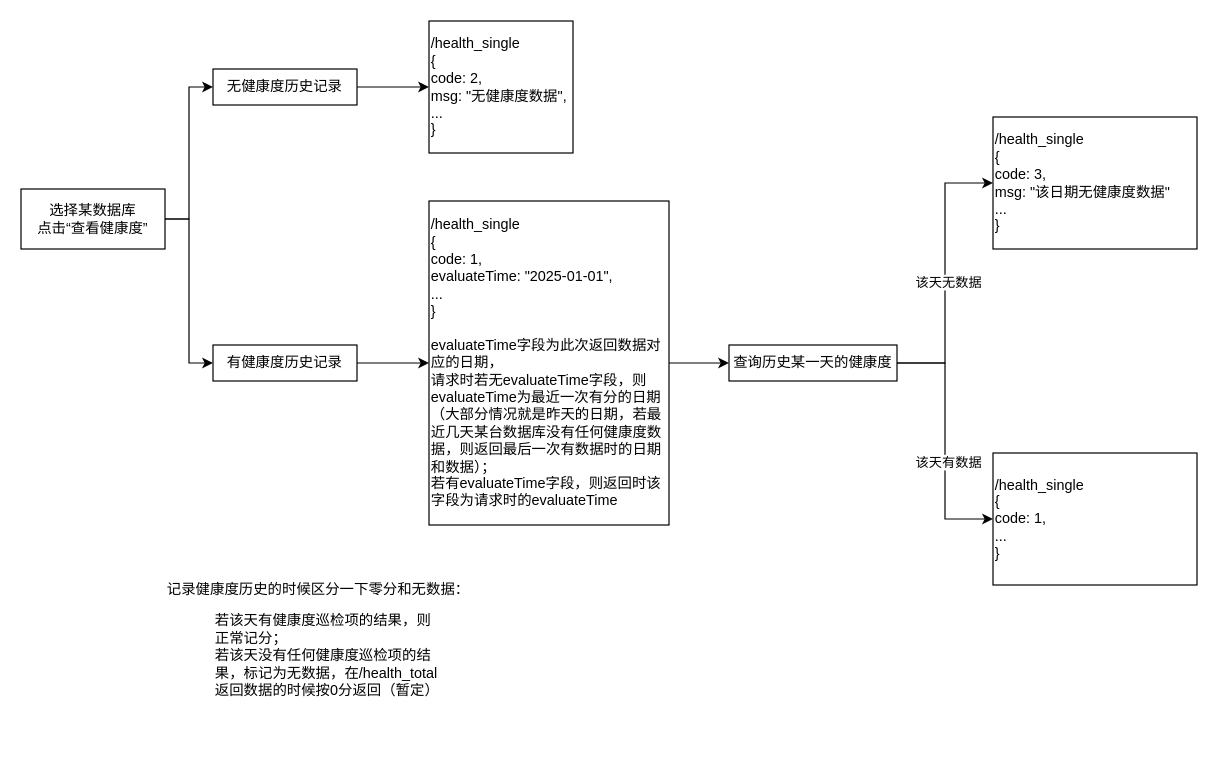
Before: dbi健康度边界情况.drawio in Lee-7723/Git, a draw.io diagram. Source tidied: cells renumbered, new cells numbered last; positions are measured from the earlier drawing's top-left corner, leaving out a move shared by most shapes. Both pictures are drawn from the tidied source at 120%, with x=0, y=0 at pixel (20, 20).
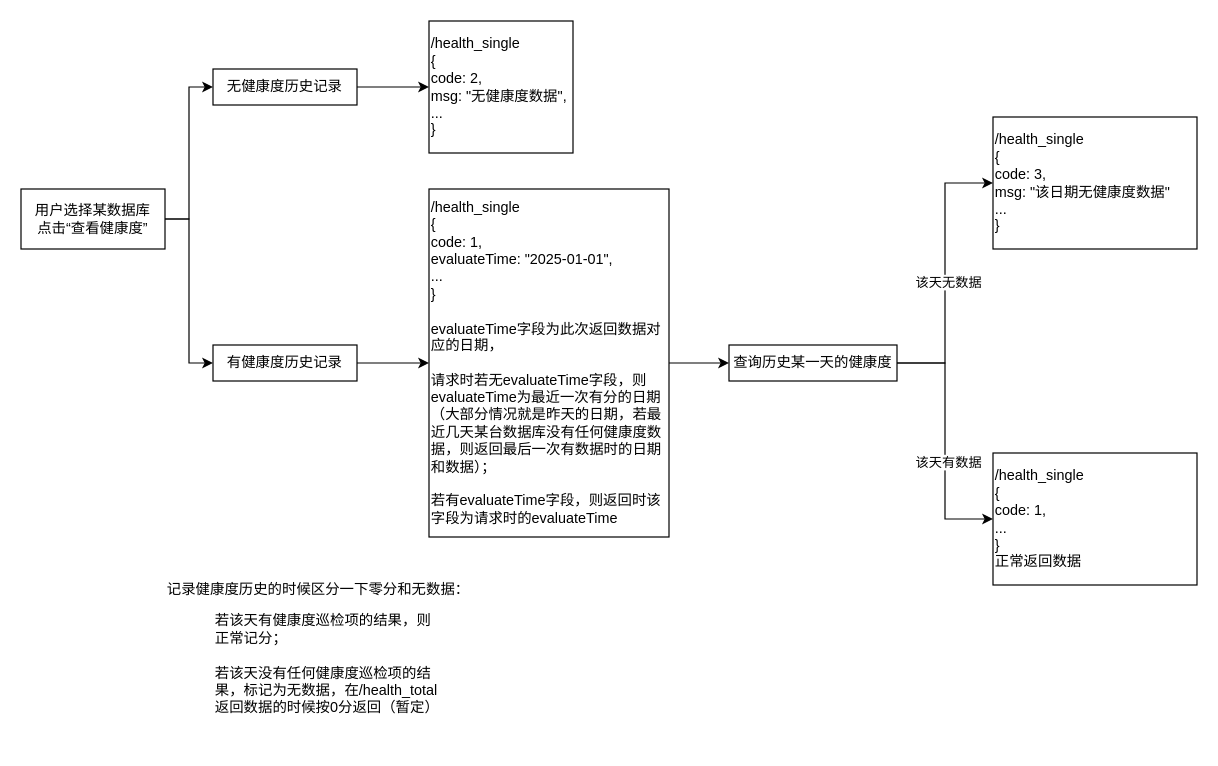
The same diagram, later.

Commit message:
更新dbi健康度边界情况.drawio

Diff of the diagram source:
```diff
@@
 <mxGraphModel>
   <root>
     <mxCell id="0" />
     <mxCell id="1" parent="0" />
     <mxCell id="2" style="edgeStyle=orthogonalEdgeStyle;rounded=0;jettySize=auto;html=1;exitX=1;exitY=0.5;exitDx=0;exitDy=0;entryX=0;entryY=0.5;entryDx=0;entryDy=0;" parent="1" edge="1" source="4" target="6">
       <mxGeometry relative="1" as="geometry" />
     </mxCell>
     <mxCell id="3" style="edgeStyle=orthogonalEdgeStyle;rounded=0;jettySize=auto;html=1;exitX=1;exitY=0.5;exitDx=0;exitDy=0;entryX=0;entryY=0.5;entryDx=0;entryDy=0;" parent="1" edge="1" source="4" target="8">
       <mxGeometry relative="1" as="geometry" />
     </mxCell>
-    <mxCell id="4" value="&lt;div&gt;选择某数据库&lt;/div&gt;&lt;div&gt;点击“查看健康度”&lt;br&gt;&lt;/div&gt;" style="rounded=0;whiteSpace=wrap;html=1;" parent="1" vertex="1">
+    <mxCell id="4" value="&lt;div&gt;用户选择某数据库&lt;/div&gt;&lt;div&gt;点击“查看健康度”&lt;br&gt;&lt;/div&gt;" style="rounded=0;whiteSpace=wrap;html=1;" parent="1" vertex="1">
       <mxGeometry y="140" width="120" height="50" as="geometry" />
     </mxCell>
     <mxCell id="5" style="edgeStyle=orthogonalEdgeStyle;rounded=0;jettySize=auto;html=1;exitX=1;exitY=0.5;exitDx=0;exitDy=0;entryX=0;entryY=0.5;entryDx=0;entryDy=0;" parent="1" edge="1" source="6" target="9">
       <mxGeometry relative="1" as="geometry" />
     </mxCell>
     <mxCell id="6" value="无健康度历史记录" style="rounded=0;whiteSpace=wrap;html=1;" parent="1" vertex="1">
       <mxGeometry x="160" y="40" width="120" height="30" as="geometry" />
     </mxCell>
     <mxCell id="7" style="edgeStyle=orthogonalEdgeStyle;rounded=0;jettySize=auto;html=1;exitX=1;exitY=0.5;exitDx=0;exitDy=0;entryX=0;entryY=0.5;entryDx=0;entryDy=0;" parent="1" edge="1" source="8" target="11">
       <mxGeometry relative="1" as="geometry" />
     </mxCell>
     <mxCell id="8" value="有健康度历史记录" style="rounded=0;whiteSpace=wrap;html=1;" parent="1" vertex="1">
       <mxGeometry x="160" y="270" width="120" height="30" as="geometry" />
     </mxCell>
     <mxCell id="9" value="&lt;div align=&quot;left&quot;&gt;/health_single&lt;/div&gt;&lt;div align=&quot;left&quot;&gt;{&lt;/div&gt;&lt;div align=&quot;left&quot;&gt;code: 2,&amp;nbsp;&lt;/div&gt;&lt;div align=&quot;left&quot;&gt;msg: &quot;无健康度数据&quot;,&lt;/div&gt;&lt;div align=&quot;left&quot;&gt;...&lt;br&gt;&lt;/div&gt;&lt;div align=&quot;left&quot;&gt;}&lt;br&gt;&lt;/div&gt;" style="rounded=0;whiteSpace=wrap;html=1;align=left;" parent="1" vertex="1">
       <mxGeometry x="340" width="120" height="110" as="geometry" />
     </mxCell>
     <mxCell id="10" style="edgeStyle=orthogonalEdgeStyle;rounded=0;jettySize=auto;html=1;exitX=1;exitY=0.5;exitDx=0;exitDy=0;entryX=0;entryY=0.5;entryDx=0;entryDy=0;" parent="1" edge="1" source="11" target="16">
       <mxGeometry relative="1" as="geometry" />
     </mxCell>
-    <mxCell id="11" value="&lt;div align=&quot;left&quot;&gt;/health_single&lt;/div&gt;&lt;div align=&quot;left&quot;&gt;{&lt;/div&gt;&lt;div align=&quot;left&quot;&gt;code: 1,&amp;nbsp;&lt;/div&gt;&lt;div align=&quot;left&quot;&gt;evaluateTime: &quot;2025-01-01&quot;,&lt;/div&gt;&lt;div align=&quot;left&quot;&gt;...&lt;br&gt;&lt;/div&gt;&lt;div align=&quot;left&quot;&gt;}&lt;/div&gt;&lt;div align=&quot;left&quot;&gt;&lt;br&gt;&lt;/div&gt;&lt;div align=&quot;left&quot;&gt;evaluateTime字段为此次返回数据对应的日期，&lt;br&gt;&lt;/div&gt;&lt;div align=&quot;left&quot;&gt;请求时若无evaluateTime字段，则evaluateTime为最近一次有分的日期（大部分情况就是昨天的日期，若最近几天某台数据库没有任何健康度数据，则返回最后一次有数据时的日期和数据）；&lt;/div&gt;&lt;div align=&quot;left&quot;&gt;若有evaluateTime字段，则返回时该字段为请求时的evaluateTime&lt;br&gt;&lt;/div&gt;" style="rounded=0;whiteSpace=wrap;html=1;align=left;" parent="1" vertex="1">
-      <mxGeometry x="340" y="150" width="200" height="270" as="geometry" />
+    <mxCell id="11" value="&lt;div align=&quot;left&quot;&gt;/health_single&lt;/div&gt;&lt;div align=&quot;left&quot;&gt;{&lt;/div&gt;&lt;div align=&quot;left&quot;&gt;code: 1,&amp;nbsp;&lt;/div&gt;&lt;div align=&quot;left&quot;&gt;evaluateTime: &quot;2025-01-01&quot;,&lt;/div&gt;&lt;div align=&quot;left&quot;&gt;...&lt;br&gt;&lt;/div&gt;&lt;div align=&quot;left&quot;&gt;}&lt;/div&gt;&lt;div align=&quot;left&quot;&gt;&lt;br&gt;&lt;/div&gt;&lt;div align=&quot;left&quot;&gt;evaluateTime字段为此次返回数据对应的日期，&lt;/div&gt;&lt;div align=&quot;left&quot;&gt;&lt;br&gt;&lt;/div&gt;&lt;div align=&quot;left&quot;&gt;请求时若无evaluateTime字段，则evaluateTime为最近一次有分的日期（大部分情况就是昨天的日期，若最近几天某台数据库没有任何健康度数据，则返回最后一次有数据时的日期和数据）；&lt;/div&gt;&lt;div align=&quot;left&quot;&gt;&lt;br&gt;&lt;/div&gt;&lt;div align=&quot;left&quot;&gt;若有evaluateTime字段，则返回时该字段为请求时的evaluateTime&lt;br&gt;&lt;/div&gt;" style="rounded=0;whiteSpace=wrap;html=1;align=left;" parent="1" vertex="1">
+      <mxGeometry x="340" y="140" width="200" height="290" as="geometry" />
     </mxCell>
     <mxCell id="12" style="edgeStyle=orthogonalEdgeStyle;rounded=0;jettySize=auto;html=1;exitX=1;exitY=0.5;exitDx=0;exitDy=0;entryX=0;entryY=0.5;entryDx=0;entryDy=0;" parent="1" edge="1" source="16" target="17">
       <mxGeometry relative="1" as="geometry" />
     </mxCell>
     <mxCell id="13" value="该天无数据" style="edgeLabel;html=1;align=center;verticalAlign=middle;" parent="12" vertex="1">
       <mxGeometry x="-0.06" y="-2" relative="1" as="geometry" />
     </mxCell>
     <mxCell id="14" style="edgeStyle=orthogonalEdgeStyle;rounded=0;jettySize=auto;html=1;exitX=1;exitY=0.5;exitDx=0;exitDy=0;entryX=0;entryY=0.5;entryDx=0;entryDy=0;" parent="1" edge="1" source="16" target="18">
       <mxGeometry relative="1" as="geometry" />
     </mxCell>
     <mxCell id="15" value="该天有数据" style="edgeLabel;html=1;align=center;verticalAlign=middle;" parent="14" vertex="1">
       <mxGeometry x="0.16" y="2" relative="1" as="geometry" />
     </mxCell>
     <mxCell id="16" value="查询历史某一天的健康度" style="rounded=0;whiteSpace=wrap;html=1;" parent="1" vertex="1">
       <mxGeometry x="590" y="270" width="140" height="30" as="geometry" />
     </mxCell>
     <mxCell id="17" value="&lt;div align=&quot;left&quot;&gt;/health_single&lt;/div&gt;&lt;div align=&quot;left&quot;&gt;{&lt;/div&gt;&lt;div align=&quot;left&quot;&gt;code: 3,&lt;/div&gt;&lt;div align=&quot;left&quot;&gt;msg: &quot;该日期无健康度数据&quot;&lt;/div&gt;&lt;div align=&quot;left&quot;&gt;...&lt;br&gt;&lt;/div&gt;&lt;div align=&quot;left&quot;&gt;}&lt;/div&gt;" style="rounded=0;whiteSpace=wrap;html=1;align=left;" parent="1" vertex="1">
       <mxGeometry x="810" y="80" width="170" height="110" as="geometry" />
     </mxCell>
-    <mxCell id="18" value="&lt;div align=&quot;left&quot;&gt;/health_single&lt;/div&gt;&lt;div align=&quot;left&quot;&gt;{&lt;/div&gt;&lt;div align=&quot;left&quot;&gt;code: 1,&lt;/div&gt;&lt;div align=&quot;left&quot;&gt;...&lt;br&gt;&lt;/div&gt;&lt;div align=&quot;left&quot;&gt;}&lt;/div&gt;" style="rounded=0;whiteSpace=wrap;html=1;align=left;" parent="1" vertex="1">
+    <mxCell id="18" value="&lt;div align=&quot;left&quot;&gt;/health_single&lt;/div&gt;&lt;div align=&quot;left&quot;&gt;{&lt;/div&gt;&lt;div align=&quot;left&quot;&gt;code: 1,&lt;/div&gt;&lt;div align=&quot;left&quot;&gt;...&lt;br&gt;&lt;/div&gt;&lt;div align=&quot;left&quot;&gt;}&lt;/div&gt;&lt;div align=&quot;left&quot;&gt;正常返回数据&lt;/div&gt;" style="rounded=0;whiteSpace=wrap;html=1;align=left;" parent="1" vertex="1">
       <mxGeometry x="810" y="360" width="170" height="110" as="geometry" />
     </mxCell>
-    <mxCell id="19" value="&lt;div&gt;记录健康度历史的时候区分一下零分和无数据：&lt;/div&gt;&lt;blockquote&gt;&lt;div&gt;若该天有健康度巡检项的结果，则正常记分；&lt;/div&gt;&lt;div&gt;若该天没有任何健康度巡检项的结果，标记为无数据，在/health_total返回数据的时候按0分返回（暂定）&lt;/div&gt;&lt;/blockquote&gt;" style="text;html=1;whiteSpace=wrap;overflow=hidden;rounded=0;" parent="1" vertex="1">
-      <mxGeometry x="120" y="460" width="270" height="110" as="geometry" />
+    <mxCell id="19" value="&lt;div&gt;记录健康度历史的时候区分一下零分和无数据：&lt;/div&gt;&lt;blockquote&gt;&lt;div&gt;若该天有健康度巡检项的结果，则正常记分；&lt;/div&gt;&lt;div&gt;&lt;br&gt;&lt;/div&gt;&lt;div&gt;若该天没有任何健康度巡检项的结果，标记为无数据，在/health_total返回数据的时候按0分返回（暂定）&lt;/div&gt;&lt;/blockquote&gt;" style="text;html=1;whiteSpace=wrap;overflow=hidden;rounded=0;" parent="1" vertex="1">
+      <mxGeometry x="120" y="460" width="270" height="140" as="geometry" />
     </mxCell>
   </root>
 </mxGraphModel>
```
